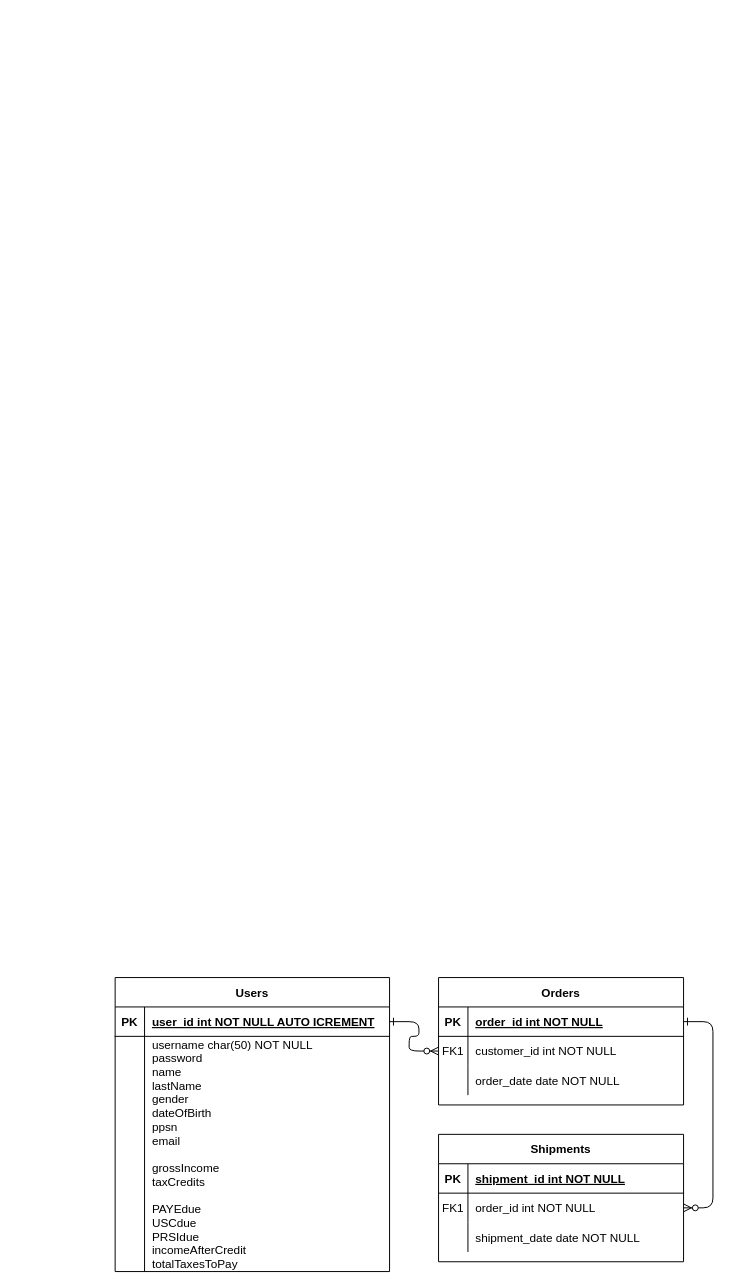
This is CHEN Notation IrelandRevenueData.drawio from Douglas2022322/databases_-_OCC_diagram, a draw.io file, before an edit. Source tidied: cells renumbered, new cells numbered last; positions are measured from the earlier drawing's top-left corner, leaving out a move shared by most shapes. Both pictures are drawn from the tidied source at 98%, with x=0, y=0 at pixel (115, 977).
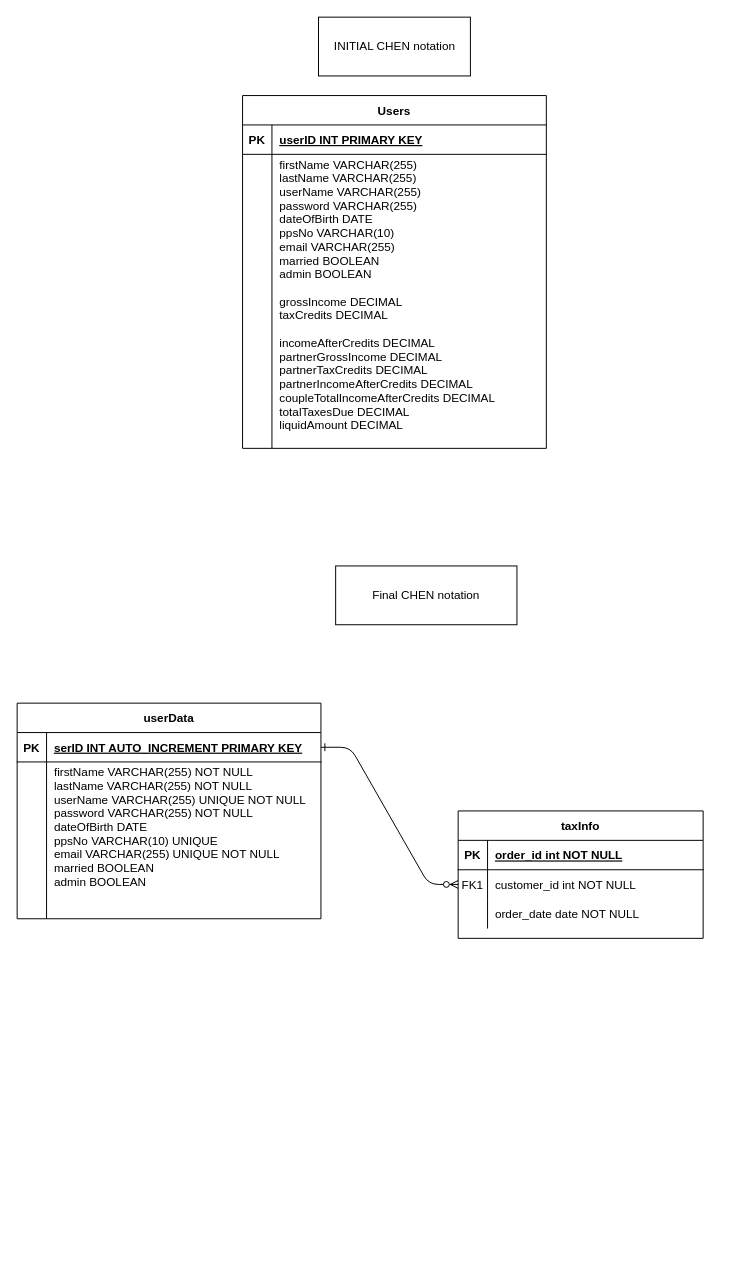
The same page after the edit.

Unchanged cells that the change refers to:
```xml
<mxCell id="5" style="shape=partialRectangle;fillColor=none;points=[[0,0.5],[1,0.5]];portConstraint=eastwest;top=0;left=0;right=0;bottom=1;" parent="4" vertex="1">
  <mxGeometry y="30" width="250" height="30" as="geometry" />
</mxCell>
```

Diff of the diagram source:
```diff
@@
-    <mxCell id="3" style="edgeStyle=entityRelationEdgeStyle;endArrow=ERzeroToMany;startArrow=ERone;endFill=1;startFill=0;" parent="1" edge="1" source="5" target="18">
-      <mxGeometry relative="1" as="geometry" />
-    </mxCell>
-    <mxCell id="4" value="Orders" style="shape=table;startSize=30;childLayout=tableLayout;rowLines=0;fontStyle=1;align=center;" parent="1" vertex="1">
-      <mxGeometry x="330" width="250" height="130" as="geometry" />
+    <mxCell id="4" value="taxInfo" style="shape=table;startSize=30;childLayout=tableLayout;rowLines=0;fontStyle=1;align=center;" parent="1" vertex="1">
+      <mxGeometry x="350" y="-170" width="250" height="130" as="geometry" />
     </mxCell>
@@
-    <mxCell id="14" value="Shipments" style="shape=table;startSize=30;childLayout=tableLayout;rowLines=0;fontStyle=1;align=center;" parent="1" vertex="1">
-      <mxGeometry x="330" y="160" width="250" height="130" as="geometry" />
-    </mxCell>
-    <mxCell id="15" style="shape=partialRectangle;fillColor=none;top=0;left=0;right=0;bottom=1;" parent="14" vertex="1">
-      <mxGeometry y="30" width="250" height="30" as="geometry" />
-    </mxCell>
-    <mxCell id="16" value="PK" style="shape=partialRectangle;overflow=hidden;fillColor=none;top=0;left=0;bottom=0;right=0;fontStyle=1;" parent="15" vertex="1">
-      <mxGeometry width="30" height="30" as="geometry" />
-    </mxCell>
-    <mxCell id="17" value="shipment_id int NOT NULL " style="shape=partialRectangle;overflow=hidden;fillColor=none;top=0;left=0;bottom=0;right=0;align=left;spacingLeft=6;fontStyle=5;" parent="15" vertex="1">
-      <mxGeometry x="30" width="220" height="30" as="geometry" />
-    </mxCell>
-    <mxCell id="18" style="shape=partialRectangle;fillColor=none;points=[[0,0.5],[1,0.5]];portConstraint=eastwest;top=0;left=0;right=0;bottom=0;" parent="14" vertex="1">
-      <mxGeometry y="60" width="250" height="30" as="geometry" />
-    </mxCell>
-    <mxCell id="19" value="FK1" style="shape=partialRectangle;overflow=hidden;fillColor=none;top=0;left=0;bottom=0;right=0;" parent="18" vertex="1">
-      <mxGeometry width="30" height="30" as="geometry" />
-    </mxCell>
-    <mxCell id="20" value="order_id int NOT NULL" style="shape=partialRectangle;overflow=hidden;fillColor=none;top=0;left=0;bottom=0;right=0;align=left;spacingLeft=6;" parent="18" vertex="1">
-      <mxGeometry x="30" width="220" height="30" as="geometry" />
-    </mxCell>
-    <mxCell id="21" style="shape=partialRectangle;fillColor=none;top=0;left=0;right=0;bottom=0;" parent="14" vertex="1">
-      <mxGeometry y="90" width="250" height="30" as="geometry" />
-    </mxCell>
-    <mxCell id="22" style="shape=partialRectangle;overflow=hidden;fillColor=none;top=0;left=0;bottom=0;right=0;" parent="21" vertex="1">
-      <mxGeometry width="30" height="30" as="geometry" />
-    </mxCell>
-    <mxCell id="23" value="shipment_date date NOT NULL" style="shape=partialRectangle;overflow=hidden;fillColor=none;top=0;left=0;bottom=0;right=0;align=left;spacingLeft=6;" parent="21" vertex="1">
-      <mxGeometry x="30" width="220" height="30" as="geometry" />
-    </mxCell>
-    <mxCell id="24" value="Users" style="shape=table;startSize=30;childLayout=tableLayout;rowLines=0;fontStyle=1;align=center;" parent="1" vertex="1">
-      <mxGeometry width="280" height="300" as="geometry" />
+    <mxCell id="24" value="userData" style="shape=table;startSize=30;childLayout=tableLayout;rowLines=0;fontStyle=1;align=center;" parent="1" vertex="1">
+      <mxGeometry x="-100" y="-280" width="310" height="220" as="geometry" />
     </mxCell>
     <mxCell id="25" style="shape=partialRectangle;fillColor=none;points=[[0,0.5],[1,0.5]];portConstraint=eastwest;top=0;left=0;right=0;bottom=1;" parent="24" vertex="1">
-      <mxGeometry y="30" width="280" height="30" as="geometry" />
+      <mxGeometry y="30" width="310" height="30" as="geometry" />
     </mxCell>
@@
-    <mxCell id="27" value="user_id int NOT NULL AUTO ICREMENT" style="shape=partialRectangle;overflow=hidden;fillColor=none;top=0;left=0;bottom=0;right=0;align=left;spacingLeft=6;fontStyle=5;" parent="25" vertex="1">
-      <mxGeometry x="30" width="250" height="30" as="geometry" />
+    <mxCell id="27" value="serID INT AUTO_INCREMENT PRIMARY KEY" style="shape=partialRectangle;overflow=hidden;fillColor=none;top=0;left=0;bottom=0;right=0;align=left;spacingLeft=6;fontStyle=5;" parent="25" vertex="1">
+      <mxGeometry x="30" width="280" height="30" as="geometry" />
     </mxCell>
     <mxCell id="28" style="shape=partialRectangle;fillColor=none;top=0;left=0;right=0;bottom=0;" parent="24" vertex="1">
-      <mxGeometry y="60" width="280" height="240" as="geometry" />
+      <mxGeometry y="60" width="310" height="160" as="geometry" />
     </mxCell>
     <mxCell id="29" style="shape=partialRectangle;overflow=hidden;fillColor=none;top=0;left=0;bottom=0;right=0;" parent="28" vertex="1">
-      <mxGeometry width="30" height="240" as="geometry" />
+      <mxGeometry width="30" height="160" as="geometry" />
     </mxCell>
-    <mxCell id="30" value="username char(50) NOT NULL&#10;password&#10;name&#10;lastName&#10;gender&#10;dateOfBirth&#10;ppsn&#10;email&#10;&#10;grossIncome&#10;taxCredits&#10;&#10;PAYEdue&#10;USCdue&#10;PRSIdue&#10;incomeAfterCredit&#10;totalTaxesToPay&#10;" style="shape=partialRectangle;overflow=hidden;fillColor=none;top=0;left=0;bottom=0;right=0;align=left;spacingLeft=6;" parent="28" vertex="1">
-      <mxGeometry x="30" width="250" height="240" as="geometry" />
+    <mxCell id="30" value="firstName VARCHAR(255) NOT NULL&#10;lastName VARCHAR(255) NOT NULL&#10;userName VARCHAR(255) UNIQUE NOT NULL&#10;password VARCHAR(255) NOT NULL&#10;dateOfBirth DATE&#10;ppsNo VARCHAR(10) UNIQUE&#10;email VARCHAR(255) UNIQUE NOT NULL&#10;married BOOLEAN&#10;admin BOOLEAN&#10;&#10;" style="shape=partialRectangle;overflow=hidden;fillColor=none;top=0;left=0;bottom=0;right=0;align=left;spacingLeft=6;" parent="28" vertex="1">
+      <mxGeometry x="30" width="280" height="160" as="geometry" />
     </mxCell>
+    <mxCell id="31" value="INITIAL CHEN notation" style="rounded=0;whiteSpace=wrap;html=1;" parent="1" vertex="1">
+      <mxGeometry x="207.5" y="-980" width="155" height="60" as="geometry" />
+    </mxCell>
+    <mxCell id="32" value="Users" style="shape=table;startSize=30;childLayout=tableLayout;rowLines=0;fontStyle=1;align=center;" parent="1" vertex="1">
+      <mxGeometry x="130" y="-900" width="310" height="360" as="geometry" />
+    </mxCell>
+    <mxCell id="33" style="shape=partialRectangle;fillColor=none;top=0;left=0;right=0;bottom=1;" parent="32" vertex="1">
+      <mxGeometry y="30" width="310" height="30" as="geometry" />
+    </mxCell>
+    <mxCell id="16" value="PK" style="shape=partialRectangle;overflow=hidden;fillColor=none;top=0;left=0;bottom=0;right=0;fontStyle=1;" parent="33" vertex="1">
+      <mxGeometry width="30" height="30" as="geometry" />
+    </mxCell>
+    <mxCell id="34" value="userID INT PRIMARY KEY" style="shape=partialRectangle;overflow=hidden;fillColor=none;top=0;left=0;bottom=0;right=0;align=left;spacingLeft=6;fontStyle=5;" parent="33" vertex="1">
+      <mxGeometry x="30" width="280" height="30" as="geometry" />
+    </mxCell>
+    <mxCell id="35" style="shape=partialRectangle;fillColor=none;top=0;left=0;right=0;bottom=0;" parent="32" vertex="1">
+      <mxGeometry y="60" width="310" height="300" as="geometry" />
+    </mxCell>
+    <mxCell id="36" style="shape=partialRectangle;overflow=hidden;fillColor=none;top=0;left=0;bottom=0;right=0;" parent="35" vertex="1">
+      <mxGeometry width="30" height="300" as="geometry" />
+    </mxCell>
+    <mxCell id="37" value="firstName VARCHAR(255)&#10;lastName VARCHAR(255)&#10;userName VARCHAR(255)&#10;password VARCHAR(255) &#10;dateOfBirth DATE&#10;ppsNo VARCHAR(10)&#10;email VARCHAR(255)&#10;married BOOLEAN&#10;admin BOOLEAN&#10;&#10;grossIncome DECIMAL&#10;taxCredits DECIMAL&#10;&#10;incomeAfterCredits DECIMAL&#10;partnerGrossIncome DECIMAL&#10;partnerTaxCredits DECIMAL&#10;partnerIncomeAfterCredits DECIMAL&#10;coupleTotalIncomeAfterCredits DECIMAL&#10;totalTaxesDue DECIMAL&#10;liquidAmount DECIMAL&#10;" style="shape=partialRectangle;overflow=hidden;fillColor=none;top=0;left=0;bottom=0;right=0;align=left;spacingLeft=6;" parent="35" vertex="1">
+      <mxGeometry x="30" width="280" height="300" as="geometry" />
+    </mxCell>
+    <mxCell id="38" value="Final CHEN notation" style="rounded=0;whiteSpace=wrap;html=1;" parent="1" vertex="1">
+      <mxGeometry x="225" y="-420" width="185" height="60" as="geometry" />
+    </mxCell>
```
